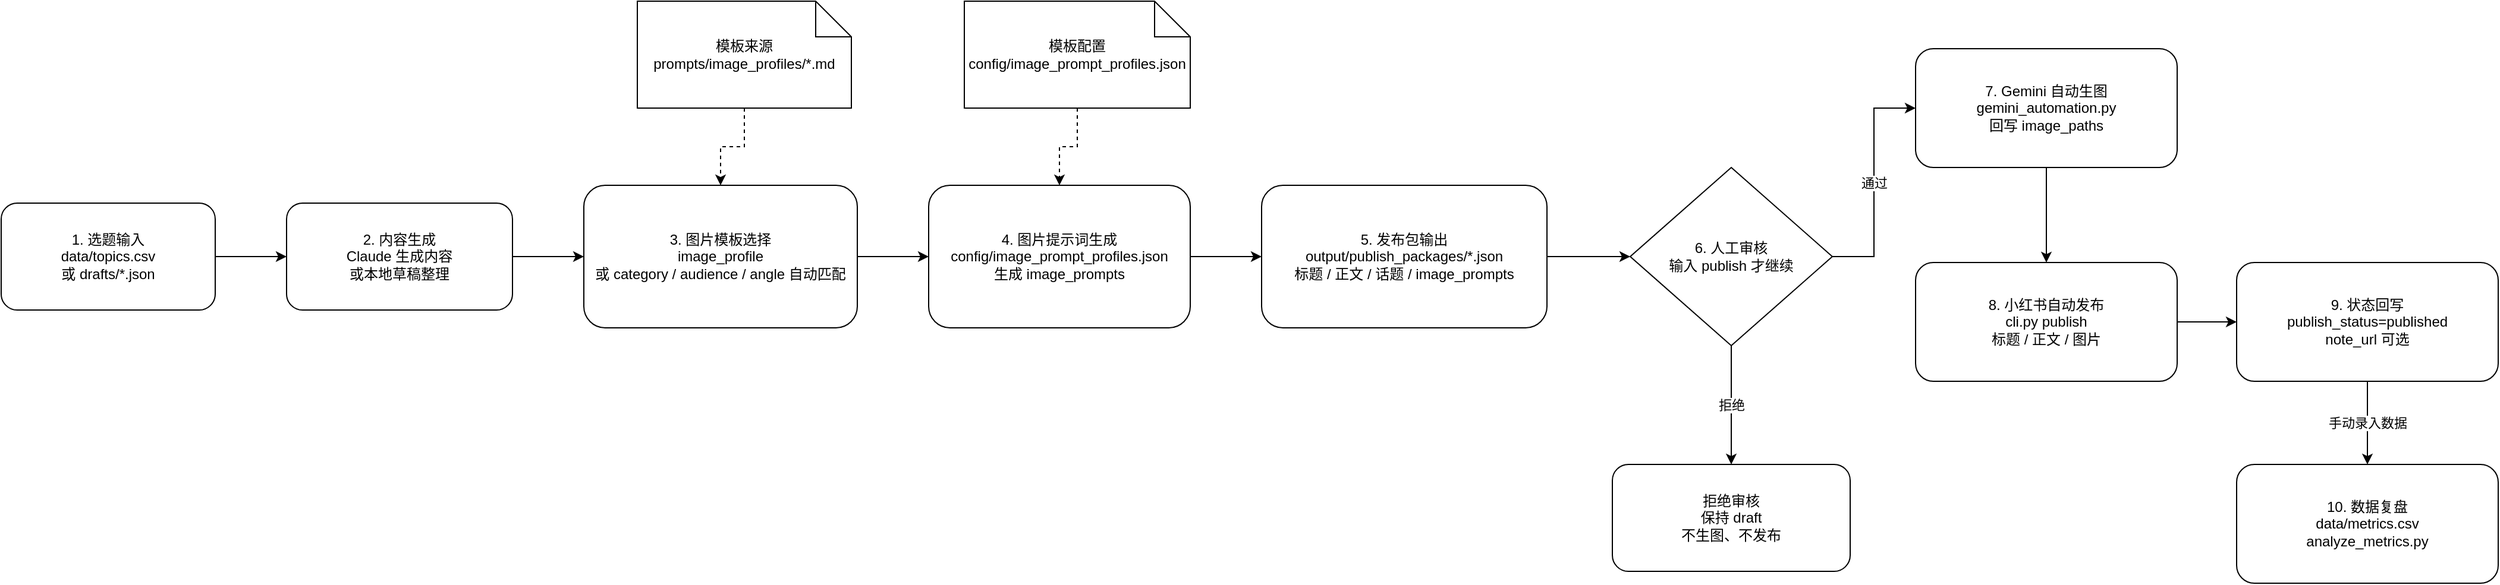
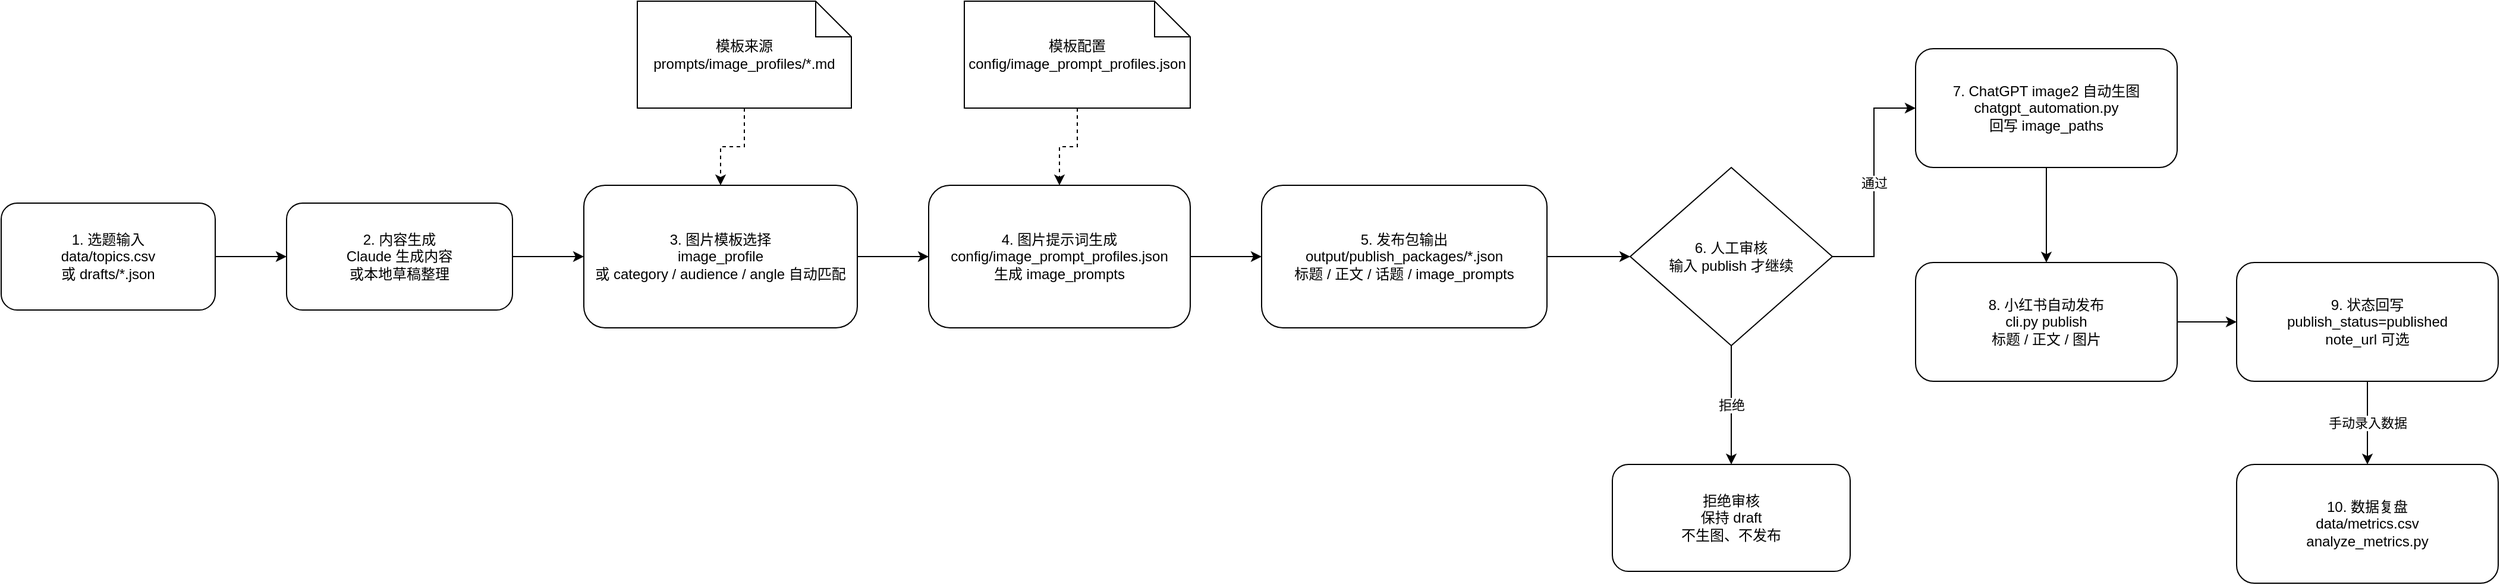
<mxfile host="app.diagrams.net">
  <diagram id="xhs-auto-publish-flow" name="XHS Auto Publish Flow">
    <mxGraphModel adaptiveColors="auto" dx="1640" dy="980" grid="1" gridSize="10" guides="1" tooltips="1" connect="1" arrows="1" fold="1" page="1" pageScale="1" pageWidth="1800" pageHeight="1100" math="0" shadow="0">
      <root>
        <mxCell id="0"/>
        <mxCell id="1" parent="0"/>
        <mxCell id="sourceTopics" value="1. 选题输入&#xa;data/topics.csv&#xa;或 drafts/*.json" style="rounded=1;whiteSpace=wrap;html=1;" vertex="1" parent="1">
          <mxGeometry x="40" y="250" width="180" height="90" as="geometry"/>
        </mxCell>
        <mxCell id="contentBuild" value="2. 内容生成&#xa;Claude 生成内容&#xa;或本地草稿整理" style="rounded=1;whiteSpace=wrap;html=1;" vertex="1" parent="1">
          <mxGeometry x="280" y="250" width="190" height="90" as="geometry"/>
        </mxCell>
        <mxCell id="profileSelect" value="3. 图片模板选择&#xa;image_profile&#xa;或 category / audience / angle 自动匹配" style="rounded=1;whiteSpace=wrap;html=1;" vertex="1" parent="1">
          <mxGeometry x="530" y="235" width="230" height="120" as="geometry"/>
        </mxCell>
        <mxCell id="promptRender" value="4. 图片提示词生成&#xa;config/image_prompt_profiles.json&#xa;生成 image_prompts" style="rounded=1;whiteSpace=wrap;html=1;" vertex="1" parent="1">
          <mxGeometry x="820" y="235" width="220" height="120" as="geometry"/>
        </mxCell>
        <mxCell id="packageJson" value="5. 发布包输出&#xa;output/publish_packages/*.json&#xa;标题 / 正文 / 话题 / image_prompts" style="rounded=1;whiteSpace=wrap;html=1;" vertex="1" parent="1">
          <mxGeometry x="1100" y="235" width="240" height="120" as="geometry"/>
        </mxCell>
        <mxCell id="reviewGate" value="6. 人工审核&#xa;输入 publish 才继续" style="rhombus;whiteSpace=wrap;html=1;" vertex="1" parent="1">
          <mxGeometry x="1410" y="220" width="170" height="150" as="geometry"/>
        </mxCell>
-         <mxCell id="geminiImage" value="7. Gemini 自动生图&#xa;gemini_automation.py&#xa;回写 image_paths" style="rounded=1;whiteSpace=wrap;html=1;" vertex="1" parent="1">
+         <mxCell id="chatgptImage" value="7. ChatGPT image2 自动生图&#xa;chatgpt_automation.py&#xa;回写 image_paths" style="rounded=1;whiteSpace=wrap;html=1;" vertex="1" parent="1">
          <mxGeometry x="1650" y="120" width="220" height="100" as="geometry"/>
        </mxCell>
        <mxCell id="xhsPublish" value="8. 小红书自动发布&#xa;cli.py publish&#xa;标题 / 正文 / 图片" style="rounded=1;whiteSpace=wrap;html=1;" vertex="1" parent="1">
          <mxGeometry x="1650" y="300" width="220" height="100" as="geometry"/>
        </mxCell>
        <mxCell id="publishStatus" value="9. 状态回写&#xa;publish_status=published&#xa;note_url 可选" style="rounded=1;whiteSpace=wrap;html=1;" vertex="1" parent="1">
          <mxGeometry x="1920" y="300" width="220" height="100" as="geometry"/>
        </mxCell>
        <mxCell id="metrics" value="10. 数据复盘&#xa;data/metrics.csv&#xa;analyze_metrics.py" style="rounded=1;whiteSpace=wrap;html=1;" vertex="1" parent="1">
          <mxGeometry x="1920" y="470" width="220" height="100" as="geometry"/>
        </mxCell>
        <mxCell id="skipDraft" value="拒绝审核&#xa;保持 draft&#xa;不生图、不发布" style="rounded=1;whiteSpace=wrap;html=1;" vertex="1" parent="1">
          <mxGeometry x="1395" y="470" width="200" height="90" as="geometry"/>
        </mxCell>
        <mxCell id="noteProfileLib" value="模板来源&#xa;prompts/image_profiles/*.md" style="shape=note;whiteSpace=wrap;html=1;" vertex="1" parent="1">
          <mxGeometry x="575" y="80" width="180" height="90" as="geometry"/>
        </mxCell>
        <mxCell id="noteConfig" value="模板配置&#xa;config/image_prompt_profiles.json" style="shape=note;whiteSpace=wrap;html=1;" vertex="1" parent="1">
          <mxGeometry x="850" y="80" width="190" height="90" as="geometry"/>
        </mxCell>
        <mxCell id="e1" style="edgeStyle=orthogonalEdgeStyle;rounded=0;orthogonalLoop=1;jettySize=auto;html=1;" edge="1" parent="1" source="sourceTopics" target="contentBuild">
          <mxGeometry relative="1" as="geometry"/>
        </mxCell>
        <mxCell id="e2" style="edgeStyle=orthogonalEdgeStyle;rounded=0;orthogonalLoop=1;jettySize=auto;html=1;" edge="1" parent="1" source="contentBuild" target="profileSelect">
          <mxGeometry relative="1" as="geometry"/>
        </mxCell>
        <mxCell id="e3" style="edgeStyle=orthogonalEdgeStyle;rounded=0;orthogonalLoop=1;jettySize=auto;html=1;" edge="1" parent="1" source="profileSelect" target="promptRender">
          <mxGeometry relative="1" as="geometry"/>
        </mxCell>
        <mxCell id="e4" style="edgeStyle=orthogonalEdgeStyle;rounded=0;orthogonalLoop=1;jettySize=auto;html=1;" edge="1" parent="1" source="promptRender" target="packageJson">
          <mxGeometry relative="1" as="geometry"/>
        </mxCell>
        <mxCell id="e5" style="edgeStyle=orthogonalEdgeStyle;rounded=0;orthogonalLoop=1;jettySize=auto;html=1;" edge="1" parent="1" source="packageJson" target="reviewGate">
          <mxGeometry relative="1" as="geometry"/>
        </mxCell>
-         <mxCell id="e6" value="通过" style="edgeStyle=orthogonalEdgeStyle;rounded=0;orthogonalLoop=1;jettySize=auto;html=1;" edge="1" parent="1" source="reviewGate" target="geminiImage">
+         <mxCell id="e6" value="通过" style="edgeStyle=orthogonalEdgeStyle;rounded=0;orthogonalLoop=1;jettySize=auto;html=1;" edge="1" parent="1" source="reviewGate" target="chatgptImage">
          <mxGeometry relative="1" as="geometry"/>
        </mxCell>
-         <mxCell id="e7" style="edgeStyle=orthogonalEdgeStyle;rounded=0;orthogonalLoop=1;jettySize=auto;html=1;" edge="1" parent="1" source="geminiImage" target="xhsPublish">
+         <mxCell id="e7" style="edgeStyle=orthogonalEdgeStyle;rounded=0;orthogonalLoop=1;jettySize=auto;html=1;" edge="1" parent="1" source="chatgptImage" target="xhsPublish">
          <mxGeometry relative="1" as="geometry"/>
        </mxCell>
        <mxCell id="e8" style="edgeStyle=orthogonalEdgeStyle;rounded=0;orthogonalLoop=1;jettySize=auto;html=1;" edge="1" parent="1" source="xhsPublish" target="publishStatus">
          <mxGeometry relative="1" as="geometry"/>
        </mxCell>
        <mxCell id="e9" value="手动录入数据" style="edgeStyle=orthogonalEdgeStyle;rounded=0;orthogonalLoop=1;jettySize=auto;html=1;" edge="1" parent="1" source="publishStatus" target="metrics">
          <mxGeometry relative="1" as="geometry"/>
        </mxCell>
        <mxCell id="e10" value="拒绝" style="edgeStyle=orthogonalEdgeStyle;rounded=0;orthogonalLoop=1;jettySize=auto;html=1;" edge="1" parent="1" source="reviewGate" target="skipDraft">
          <mxGeometry relative="1" as="geometry"/>
        </mxCell>
        <mxCell id="e11" style="edgeStyle=orthogonalEdgeStyle;rounded=0;orthogonalLoop=1;jettySize=auto;dashed=1;html=1;" edge="1" parent="1" source="noteProfileLib" target="profileSelect">
          <mxGeometry relative="1" as="geometry"/>
        </mxCell>
        <mxCell id="e12" style="edgeStyle=orthogonalEdgeStyle;rounded=0;orthogonalLoop=1;jettySize=auto;dashed=1;html=1;" edge="1" parent="1" source="noteConfig" target="promptRender">
          <mxGeometry relative="1" as="geometry"/>
        </mxCell>
      </root>
    </mxGraphModel>
  </diagram>
</mxfile>
